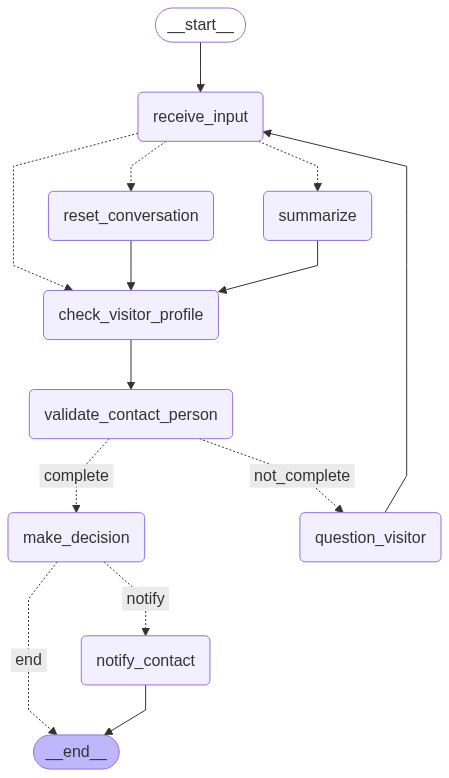
01HakanGunes/gatekeeper keeps this Mermaid diagram as text_agent/security_gate_diagram.png. Above is the earlier version. Its source is kept beside it as text_agent/security_gate_diagram.mmd. The source it was exported from:
```mermaid
---
config:
  flowchart:
    curve: linear
---
graph TD;
	__start__([<p>__start__</p>]):::first
	receive_input(receive_input)
	summarize(summarize)
	reset_conversation(reset_conversation)
	check_visitor_profile(check_visitor_profile)
	validate_contact_person(validate_contact_person)
	question_visitor(question_visitor)
	make_decision(make_decision)
	notify_contact(notify_contact)
	__end__([<p>__end__</p>]):::last
	__start__ --> receive_input;
	check_visitor_profile --> validate_contact_person;
	make_decision -. &nbsp;end&nbsp; .-> __end__;
	make_decision -. &nbsp;notify&nbsp; .-> notify_contact;
	question_visitor --> receive_input;
	receive_input -.-> check_visitor_profile;
	receive_input -.-> reset_conversation;
	receive_input -.-> summarize;
	reset_conversation --> check_visitor_profile;
	summarize --> check_visitor_profile;
	validate_contact_person -. &nbsp;complete&nbsp; .-> make_decision;
	validate_contact_person -. &nbsp;not_complete&nbsp; .-> question_visitor;
	notify_contact --> __end__;
	classDef default fill:#f2f0ff,line-height:1.2
	classDef first fill-opacity:0
	classDef last fill:#bfb6fc
```
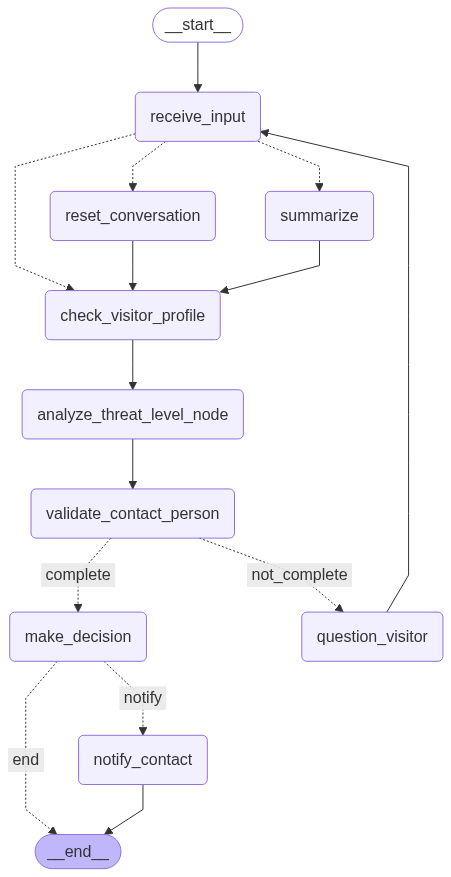
Above is the later version.

Commit message:
check visitor profile node split into 2, the camera part is a seperate node now

The edit, as a diff of the source:
```diff
@@ -9,13 +9,15 @@
 	summarize(summarize)
 	reset_conversation(reset_conversation)
 	check_visitor_profile(check_visitor_profile)
+	analyze_threat_level_node(analyze_threat_level_node)
 	validate_contact_person(validate_contact_person)
 	question_visitor(question_visitor)
 	make_decision(make_decision)
 	notify_contact(notify_contact)
 	__end__([<p>__end__</p>]):::last
 	__start__ --> receive_input;
-	check_visitor_profile --> validate_contact_person;
+	analyze_threat_level_node --> validate_contact_person;
+	check_visitor_profile --> analyze_threat_level_node;
 	make_decision -. &nbsp;end&nbsp; .-> __end__;
 	make_decision -. &nbsp;notify&nbsp; .-> notify_contact;
 	question_visitor --> receive_input;
```
